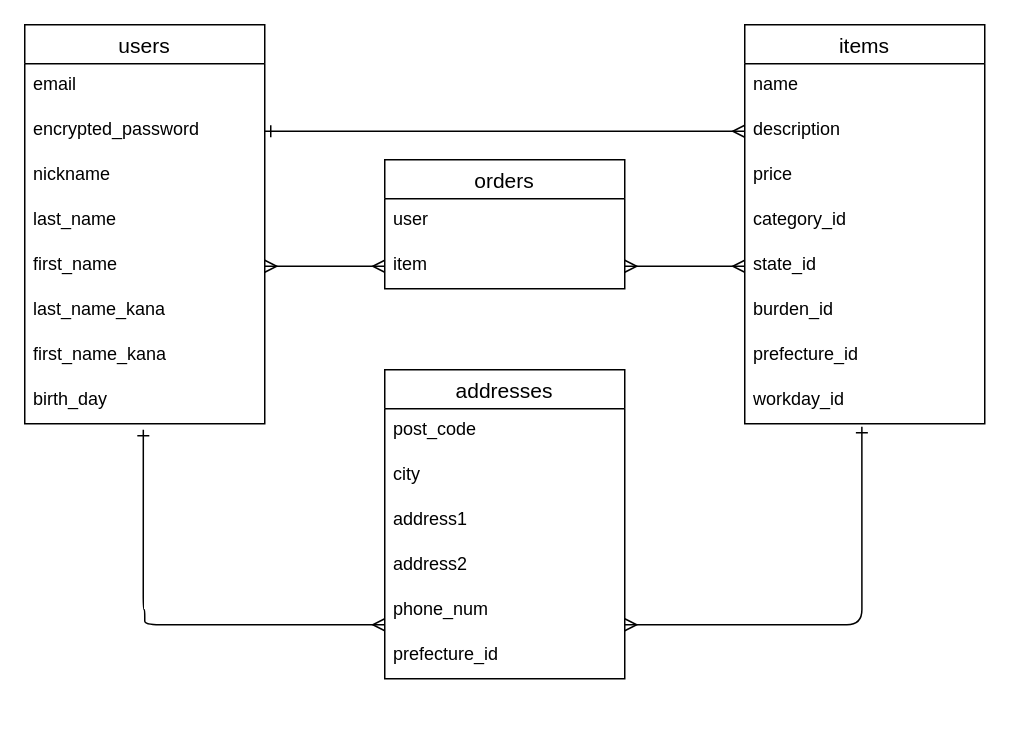
This is er.drawio from nanarin829/furima-kagawa2022-nekosanteam, a draw.io file, before an edit. Source tidied: cells renumbered, new cells numbered last; positions are measured from the earlier drawing's top-left corner, leaving out a move shared by most shapes. Both pictures are drawn from the tidied source at 150%, with x=0, y=0 at pixel (24, 24).
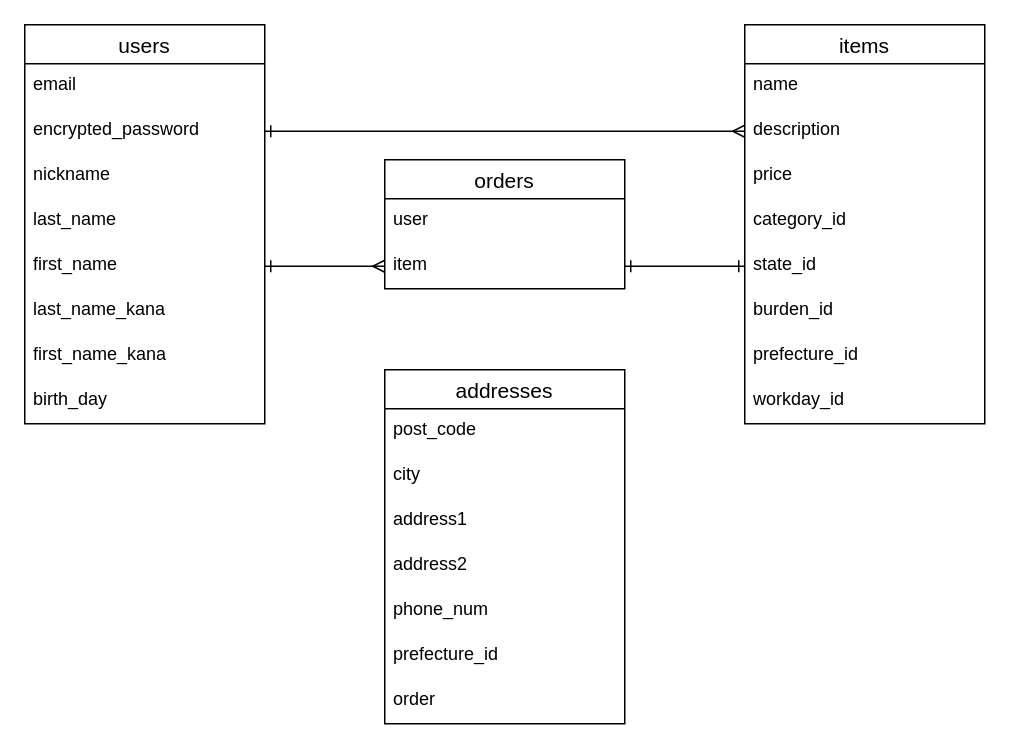
The same page after the edit.

Commit message (it also covers changes not shown here):
README.mdとER図の修正２

Unchanged cells that the change refers to:
```xml
<mxCell id="7" value="first_name" style="text;strokeColor=none;fillColor=none;spacingLeft=4;spacingRight=4;overflow=hidden;points=[[0,0.5],[1,0.5]];portConstraint=eastwest;fontSize=12;" parent="2" vertex="1">
  <mxGeometry y="146" width="160" height="30" as="geometry" />
</mxCell>
<mxCell id="10" value="birth_day" style="text;strokeColor=none;fillColor=none;spacingLeft=4;spacingRight=4;overflow=hidden;points=[[0,0.5],[1,0.5]];portConstraint=eastwest;fontSize=12;" parent="2" vertex="1">
  <mxGeometry y="236" width="160" height="30" as="geometry" />
</mxCell>
<mxCell id="16" value="state_id" style="text;strokeColor=none;fillColor=none;spacingLeft=4;spacingRight=4;overflow=hidden;points=[[0,0.5],[1,0.5]];portConstraint=eastwest;fontSize=12;" parent="11" vertex="1">
  <mxGeometry y="146" width="160" height="30" as="geometry" />
</mxCell>
<mxCell id="19" value="workday_id" style="text;strokeColor=none;fillColor=none;spacingLeft=4;spacingRight=4;overflow=hidden;points=[[0,0.5],[1,0.5]];portConstraint=eastwest;fontSize=12;" parent="11" vertex="1">
  <mxGeometry y="236" width="160" height="30" as="geometry" />
</mxCell>
<mxCell id="32" value="item" style="text;strokeColor=none;fillColor=none;spacingLeft=4;spacingRight=4;overflow=hidden;points=[[0,0.5],[1,0.5]];portConstraint=eastwest;fontSize=12;" parent="30" vertex="1">
  <mxGeometry y="56" width="160" height="30" as="geometry" />
</mxCell>
```

Diff of the diagram source:
```diff
@@
     <mxCell id="20" value="addresses" style="swimlane;fontStyle=0;horizontal=1;startSize=26;align=center;fontSize=14;" parent="1" vertex="1">
-      <mxGeometry x="240" y="230" width="160" height="206" as="geometry" />
+      <mxGeometry x="240" y="230" width="160" height="236" as="geometry" />
     </mxCell>
@@
+    <mxCell id="35" value="prefecture_id" style="text;strokeColor=none;fillColor=none;spacingLeft=4;spacingRight=4;overflow=hidden;fontSize=12;" parent="20" vertex="1">
+      <mxGeometry y="176" width="160" height="30" as="geometry" />
+    </mxCell>
-    <mxCell id="26" value="prefecture_id" style="text;strokeColor=none;fillColor=none;spacingLeft=4;spacingRight=4;overflow=hidden;fontSize=12;" parent="20" vertex="1">
-      <mxGeometry y="176" width="160" height="30" as="geometry" />
+    <mxCell id="26" value="order" style="text;strokeColor=none;fillColor=none;spacingLeft=4;spacingRight=4;overflow=hidden;fontSize=12;" parent="20" vertex="1">
+      <mxGeometry y="206" width="160" height="30" as="geometry" />
     </mxCell>
@@
-    <mxCell id="28" style="edgeStyle=orthogonalEdgeStyle;html=1;exitX=0.488;exitY=1.067;exitDx=0;exitDy=0;startArrow=ERone;startFill=0;endArrow=ERmany;endFill=0;exitPerimeter=0;" parent="1" edge="1" source="19">
-      <mxGeometry relative="1" as="geometry">
-        <mxPoint x="400" y="400" as="targetPoint" />
-        <Array as="points">
-          <mxPoint x="558" y="400" />
-        </Array>
-      </mxGeometry>
-    </mxCell>
-    <mxCell id="29" style="edgeStyle=orthogonalEdgeStyle;html=1;startArrow=ERone;startFill=0;endArrow=ERmany;endFill=0;exitX=0.494;exitY=1.133;exitDx=0;exitDy=0;exitPerimeter=0;" parent="1" edge="1" source="10">
-      <mxGeometry relative="1" as="geometry">
-        <mxPoint x="240" y="400" as="targetPoint" />
-        <Array as="points">
-          <mxPoint x="80" y="390" />
-          <mxPoint x="80" y="400" />
-        </Array>
-      </mxGeometry>
-    </mxCell>
@@
-    <mxCell id="33" style="edgeStyle=none;html=1;exitX=1;exitY=0.5;exitDx=0;exitDy=0;entryX=0;entryY=0.5;entryDx=0;entryDy=0;endArrow=ERmany;endFill=0;startArrow=ERmany;startFill=0;" parent="1" edge="1" source="7" target="32">
+    <mxCell id="33" style="edgeStyle=none;html=1;exitX=1;exitY=0.5;exitDx=0;exitDy=0;entryX=0;entryY=0.5;entryDx=0;entryDy=0;endArrow=ERmany;endFill=0;startArrow=ERone;startFill=0;" parent="1" edge="1" source="7" target="32">
       <mxGeometry relative="1" as="geometry" />
     </mxCell>
-    <mxCell id="34" style="edgeStyle=none;html=1;exitX=1;exitY=0.5;exitDx=0;exitDy=0;entryX=0;entryY=0.5;entryDx=0;entryDy=0;startArrow=ERmany;startFill=0;endArrow=ERmany;endFill=0;" parent="1" edge="1" source="32" target="16">
+    <mxCell id="34" style="edgeStyle=none;html=1;exitX=1;exitY=0.5;exitDx=0;exitDy=0;entryX=0;entryY=0.5;entryDx=0;entryDy=0;startArrow=ERone;startFill=0;endArrow=ERone;endFill=0;" parent="1" edge="1" source="32" target="16">
       <mxGeometry relative="1" as="geometry" />
     </mxCell>
```
